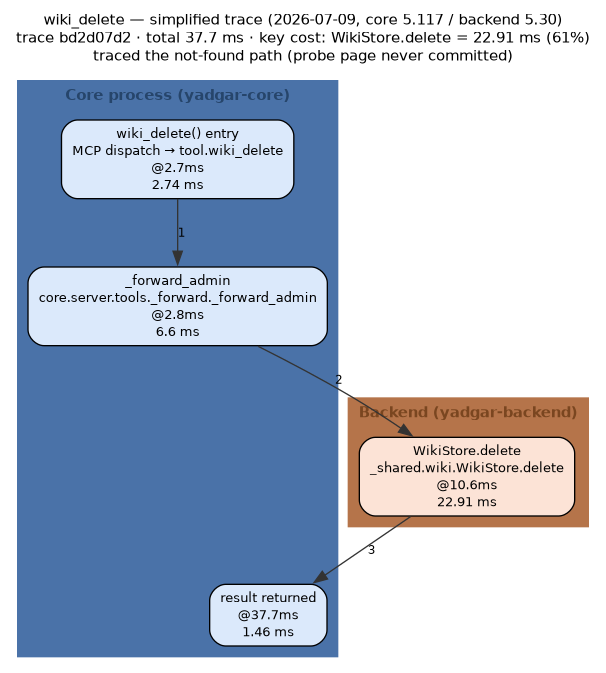
Above: docs/diagrams/out/wiki_delete-trace-2026-07-09.png in m-agahi/yadgar (Graphviz), before the change. Its source is kept beside it as docs/diagrams/out/wiki_delete-trace-2026-07-09.dot. Source of this version:
```dot
digraph flow {
  rankdir="TB";
  newrank=true;
  compound=true;
  nodesep=0.35;
  ranksep=0.55;
  graph [fontname="Helvetica", fontsize=11, labelloc="t"];
  node  [fontname="Helvetica", fontsize=10];
  edge  [fontname="Helvetica", fontsize=9];
  label="wiki_delete — simplified trace (2026-07-09, core 5.117 / backend 5.30)
trace bd2d07d2 · total 37.7 ms · key cost: WikiStore.delete = 22.91 ms (61%)\ntraced the not-found path (probe page never committed)";
  subgraph "cluster_core" {
    label="Core process (yadgar-core)";
    style=filled;
    bgcolor="#eef4fb";
    color="#4a72a8";
    fontcolor="#26456b";
    fontname="Helvetica-Bold";
    "entry" [shape="box", style="rounded,filled", fillcolor="#dbe9fb", label="wiki_delete() entry\nMCP dispatch → tool.wiki_delete\n@2.7ms\n2.74 ms"];
    "s0" [shape="box", style="rounded,filled", fillcolor="#dbe9fb", label="_forward_admin\ncore.server.tools._forward._forward_admin\n@2.8ms\n6.6 ms"];
    "done" [shape="box", style="rounded,filled", fillcolor="#dbe9fb", label="result returned\n@37.7ms\n1.46 ms"];
  }
  subgraph "cluster_backend" {
    label="Backend (yadgar-backend)";
    style=filled;
    bgcolor="#fbf0ea";
    color="#b5744a";
    fontcolor="#7a4620";
    fontname="Helvetica-Bold";
    "s1" [shape="box", style="rounded,filled", fillcolor="#fce3d6", label="WikiStore.delete\n_shared.wiki.WikiStore.delete\n@10.6ms\n22.91 ms"];
  }
  "entry" -> "s0" [color="#333333", style="solid", label="1"];
  "s0" -> "s1" [color="#333333", style="solid", label="2"];
  "s1" -> "done" [color="#333333", style="solid", label="3"];
}
```
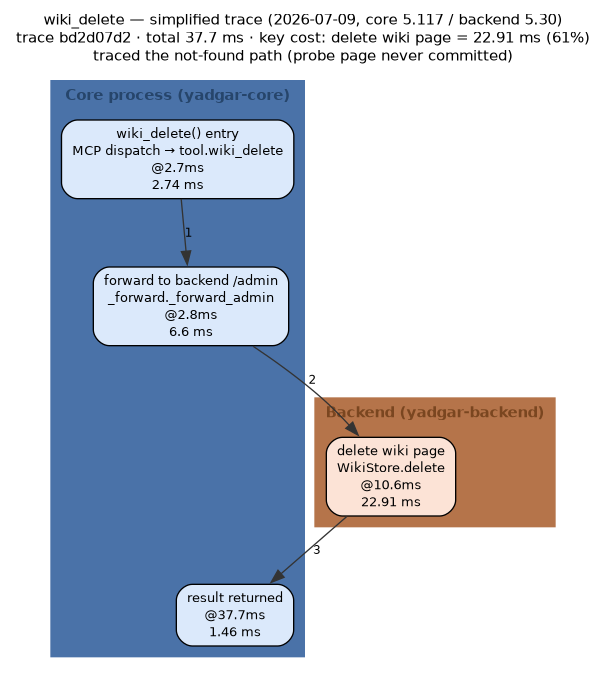
After the commit.

Change to the diagram source:
```diff
@@ -8,7 +8,7 @@
   node  [fontname="Helvetica", fontsize=10];
   edge  [fontname="Helvetica", fontsize=9];
   label="wiki_delete — simplified trace (2026-07-09, core 5.117 / backend 5.30)
-trace bd2d07d2 · total 37.7 ms · key cost: WikiStore.delete = 22.91 ms (61%)\ntraced the not-found path (probe page never committed)";
+trace bd2d07d2 · total 37.7 ms · key cost: delete wiki page = 22.91 ms (61%)\ntraced the not-found path (probe page never committed)";
   subgraph "cluster_core" {
     label="Core process (yadgar-core)";
     style=filled;
@@ -17,7 +17,7 @@
     fontcolor="#26456b";
     fontname="Helvetica-Bold";
     "entry" [shape="box", style="rounded,filled", fillcolor="#dbe9fb", label="wiki_delete() entry\nMCP dispatch → tool.wiki_delete\n@2.7ms\n2.74 ms"];
-    "s0" [shape="box", style="rounded,filled", fillcolor="#dbe9fb", label="_forward_admin\ncore.server.tools._forward._forward_admin\n@2.8ms\n6.6 ms"];
+    "s0" [shape="box", style="rounded,filled", fillcolor="#dbe9fb", label="forward to backend /admin\n_forward._forward_admin\n@2.8ms\n6.6 ms"];
     "done" [shape="box", style="rounded,filled", fillcolor="#dbe9fb", label="result returned\n@37.7ms\n1.46 ms"];
   }
   subgraph "cluster_backend" {
@@ -27,7 +27,7 @@
     color="#b5744a";
     fontcolor="#7a4620";
     fontname="Helvetica-Bold";
-    "s1" [shape="box", style="rounded,filled", fillcolor="#fce3d6", label="WikiStore.delete\n_shared.wiki.WikiStore.delete\n@10.6ms\n22.91 ms"];
+    "s1" [shape="box", style="rounded,filled", fillcolor="#fce3d6", label="delete wiki page\nWikiStore.delete\n@10.6ms\n22.91 ms"];
   }
   "entry" -> "s0" [color="#333333", style="solid", label="1"];
   "s0" -> "s1" [color="#333333", style="solid", label="2"];
```
